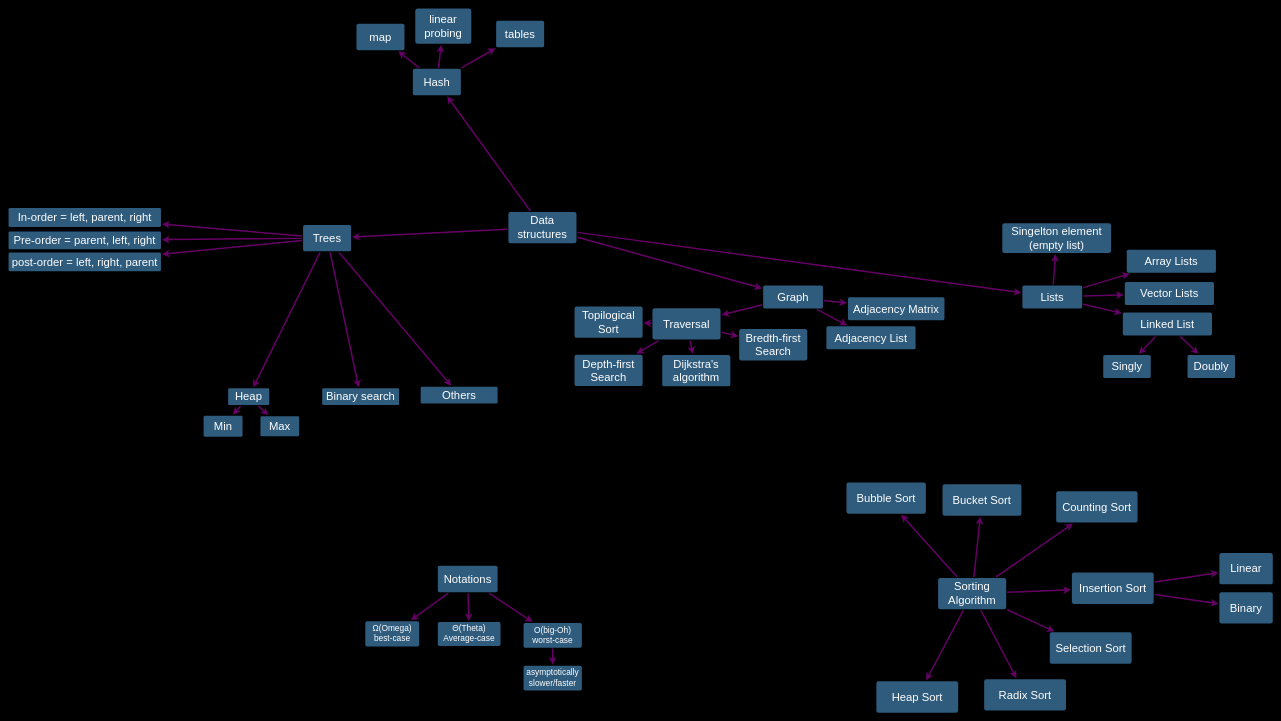
mogggen/Datastrukturer-och-algoritmer keeps this draw.io diagram as Datastrukturer och algoritmer/Topics map.drawio. Above is the earlier version. Source tidied: cells renumbered, new cells numbered last; positions are measured from the earlier drawing's top-left corner, leaving out a move shared by most shapes. Both pictures are drawn from the tidied source at 49%, with x=0, y=0 at pixel (8, 8).
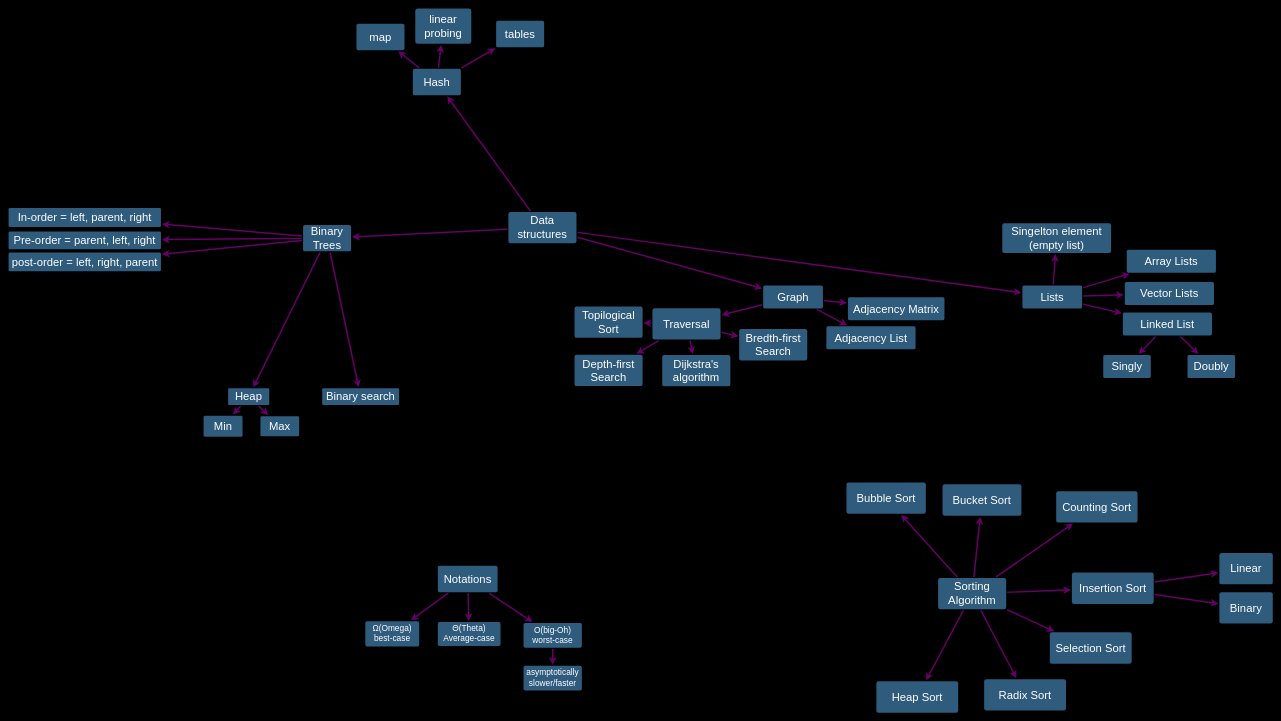
After the change.

What changed in the source:
```diff
@@
-    <mxCell id="2" value="Trees" style="rounded=1;whiteSpace=wrap;html=1;shadow=0;labelBackgroundColor=none;strokeColor=none;strokeWidth=3;fillColor=#2F5B7C;fontFamily=Helvetica;fontSize=23;fontColor=#FFFFFF;align=center;fontStyle=0;spacing=5;arcSize=7;perimeterSpacing=2;glass=0;" parent="1" vertex="1">
+    <mxCell id="2" value="Binary Trees" style="rounded=1;whiteSpace=wrap;html=1;shadow=0;labelBackgroundColor=none;strokeColor=none;strokeWidth=3;fillColor=#2F5B7C;fontFamily=Helvetica;fontSize=23;fontColor=#FFFFFF;align=center;fontStyle=0;spacing=5;arcSize=7;perimeterSpacing=2;glass=0;" parent="1" vertex="1">
       <mxGeometry x="601" y="441.5" width="98" height="54" as="geometry" />
     </mxCell>
@@
-    <mxCell id="27" value="Others" style="rounded=1;whiteSpace=wrap;html=1;shadow=0;labelBackgroundColor=none;strokeColor=none;strokeWidth=3;fillColor=#2F5B7C;fontFamily=Helvetica;fontSize=23;fontColor=#FFFFFF;align=center;fontStyle=0;spacing=5;arcSize=7;perimeterSpacing=2;horizontal=1;verticalAlign=middle;" parent="1" vertex="1">
-      <mxGeometry x="841" y="772" width="157" height="34" as="geometry" />
-    </mxCell>
-    <mxCell id="28" style="edgeStyle=none;rounded=0;jumpStyle=none;html=1;shadow=0;labelBackgroundColor=none;startArrow=none;startFill=0;endArrow=classic;endFill=1;jettySize=auto;strokeWidth=3;fontFamily=Helvetica;fontSize=16;fontColor=#23445D;spacing=5;fillColor=#e3c800;strokeColor=#660066;" parent="1" edge="1" source="2" target="27">
-      <mxGeometry relative="1" as="geometry" />
-    </mxCell>
```
